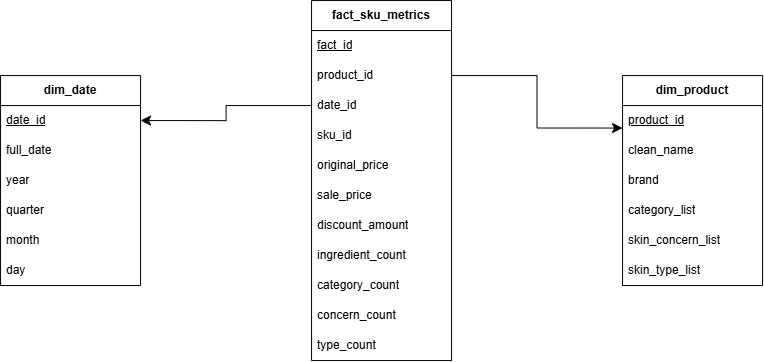
Earlier version of the draw.io export Data Warehouse/design/Star Schema.png (aucloire/OliveYoung-ETL-Seleksi-Lab-Basdat-2026). Source tidied: cells renumbered, new cells last; positions are measured from the earlier drawing's top-left corner, leaving out a move shared by most shapes. Its diagram source:
```xml
<mxGraphModel>
  <root>
    <mxCell id="0" />
    <mxCell id="1" parent="0" />
    <mxCell id="2" value="&lt;b&gt;dim_date&lt;/b&gt;" style="swimlane;fontStyle=0;horizontal=1;startSize=30;whiteSpace=wrap;html=1;" parent="1" vertex="1">
      <mxGeometry y="75" width="140" height="210" as="geometry" />
    </mxCell>
    <mxCell id="3" value="&lt;u&gt;date_id&lt;/u&gt;" style="text;strokeColor=none;fillColor=none;align=left;verticalAlign=middle;spacingLeft=4;spacingRight=4;overflow=hidden;points=[[0,0.5],[1,0.5]];portConstraint=eastwest;whiteSpace=wrap;html=1;" parent="2" vertex="1">
      <mxGeometry y="30" width="140" height="30" as="geometry" />
    </mxCell>
    <mxCell id="4" value="full_date" style="text;strokeColor=none;fillColor=none;align=left;verticalAlign=middle;spacingLeft=4;spacingRight=4;overflow=hidden;whiteSpace=wrap;html=1;" parent="2" vertex="1">
      <mxGeometry y="60" width="140" height="30" as="geometry" />
    </mxCell>
    <mxCell id="5" value="year" style="text;strokeColor=none;fillColor=none;align=left;verticalAlign=middle;spacingLeft=4;spacingRight=4;overflow=hidden;points=[[0,0.5],[1,0.5]];portConstraint=eastwest;whiteSpace=wrap;html=1;" parent="2" vertex="1">
      <mxGeometry y="90" width="140" height="30" as="geometry" />
    </mxCell>
    <mxCell id="6" value="quarter" style="text;strokeColor=none;fillColor=none;align=left;verticalAlign=middle;spacingLeft=4;spacingRight=4;overflow=hidden;whiteSpace=wrap;html=1;" parent="2" vertex="1">
      <mxGeometry y="120" width="140" height="30" as="geometry" />
    </mxCell>
    <mxCell id="7" value="month" style="text;strokeColor=none;fillColor=none;align=left;verticalAlign=middle;spacingLeft=4;spacingRight=4;overflow=hidden;whiteSpace=wrap;html=1;" parent="2" vertex="1">
      <mxGeometry y="150" width="140" height="30" as="geometry" />
    </mxCell>
    <mxCell id="8" value="day" style="text;strokeColor=none;fillColor=none;align=left;verticalAlign=middle;spacingLeft=4;spacingRight=4;overflow=hidden;whiteSpace=wrap;html=1;" parent="2" vertex="1">
      <mxGeometry y="180" width="140" height="30" as="geometry" />
    </mxCell>
    <mxCell id="9" value="&lt;b&gt;fact_sku_metrics&lt;/b&gt;" style="swimlane;fontStyle=0;horizontal=1;startSize=30;whiteSpace=wrap;html=1;" parent="1" vertex="1">
      <mxGeometry x="311" width="140" height="360" as="geometry" />
    </mxCell>
    <mxCell id="10" value="&lt;u&gt;fact_id&lt;/u&gt;" style="text;strokeColor=none;fillColor=none;align=left;verticalAlign=middle;spacingLeft=4;spacingRight=4;overflow=hidden;whiteSpace=wrap;html=1;" parent="9" vertex="1">
      <mxGeometry y="30" width="140" height="30" as="geometry" />
    </mxCell>
    <mxCell id="11" value="product_id" style="text;strokeColor=none;fillColor=none;align=left;verticalAlign=middle;spacingLeft=4;spacingRight=4;overflow=hidden;points=[[0,0.5],[1,0.5]];portConstraint=eastwest;whiteSpace=wrap;html=1;fontStyle=0;" parent="9" vertex="1">
      <mxGeometry y="60" width="140" height="30" as="geometry" />
    </mxCell>
    <mxCell id="12" value="date_id" style="text;strokeColor=none;fillColor=none;align=left;verticalAlign=middle;spacingLeft=4;spacingRight=4;overflow=hidden;points=[[0,0.5],[1,0.5]];portConstraint=eastwest;whiteSpace=wrap;html=1;fontStyle=0;" parent="9" vertex="1">
      <mxGeometry y="90" width="140" height="30" as="geometry" />
    </mxCell>
    <mxCell id="13" value="sku_id" style="text;strokeColor=none;fillColor=none;align=left;verticalAlign=middle;spacingLeft=4;spacingRight=4;overflow=hidden;whiteSpace=wrap;html=1;" parent="9" vertex="1">
      <mxGeometry y="120" width="140" height="30" as="geometry" />
    </mxCell>
    <mxCell id="14" value="original_price" style="text;strokeColor=none;fillColor=none;align=left;verticalAlign=middle;spacingLeft=4;spacingRight=4;overflow=hidden;whiteSpace=wrap;html=1;" parent="9" vertex="1">
      <mxGeometry y="150" width="140" height="30" as="geometry" />
    </mxCell>
    <mxCell id="15" value="sale_price" style="text;strokeColor=none;fillColor=none;align=left;verticalAlign=middle;spacingLeft=4;spacingRight=4;overflow=hidden;whiteSpace=wrap;html=1;" parent="9" vertex="1">
      <mxGeometry y="180" width="140" height="30" as="geometry" />
    </mxCell>
    <mxCell id="16" value="discount_amount" style="text;strokeColor=none;fillColor=none;align=left;verticalAlign=middle;spacingLeft=4;spacingRight=4;overflow=hidden;whiteSpace=wrap;html=1;" parent="9" vertex="1">
      <mxGeometry y="210" width="140" height="30" as="geometry" />
    </mxCell>
    <mxCell id="17" value="ingredient_count" style="text;strokeColor=none;fillColor=none;align=left;verticalAlign=middle;spacingLeft=4;spacingRight=4;overflow=hidden;whiteSpace=wrap;html=1;" parent="9" vertex="1">
      <mxGeometry y="240" width="140" height="30" as="geometry" />
    </mxCell>
    <mxCell id="18" value="category_count" style="text;strokeColor=none;fillColor=none;align=left;verticalAlign=middle;spacingLeft=4;spacingRight=4;overflow=hidden;whiteSpace=wrap;html=1;" parent="9" vertex="1">
      <mxGeometry y="270" width="140" height="30" as="geometry" />
    </mxCell>
    <mxCell id="19" value="concern_count" style="text;strokeColor=none;fillColor=none;align=left;verticalAlign=middle;spacingLeft=4;spacingRight=4;overflow=hidden;whiteSpace=wrap;html=1;" parent="9" vertex="1">
      <mxGeometry y="300" width="140" height="30" as="geometry" />
    </mxCell>
    <mxCell id="20" value="type_count" style="text;strokeColor=none;fillColor=none;align=left;verticalAlign=middle;spacingLeft=4;spacingRight=4;overflow=hidden;whiteSpace=wrap;html=1;" parent="9" vertex="1">
      <mxGeometry y="330" width="140" height="30" as="geometry" />
    </mxCell>
    <mxCell id="21" value="&lt;b&gt;dim_product&lt;/b&gt;" style="swimlane;fontStyle=0;horizontal=1;startSize=30;whiteSpace=wrap;html=1;" parent="1" vertex="1">
      <mxGeometry x="622" y="75" width="140" height="210" as="geometry" />
    </mxCell>
    <mxCell id="22" value="&lt;u&gt;product_id&lt;/u&gt;" style="text;strokeColor=none;fillColor=none;align=left;verticalAlign=middle;spacingLeft=4;spacingRight=4;overflow=hidden;whiteSpace=wrap;html=1;" parent="21" vertex="1">
      <mxGeometry y="30" width="140" height="30" as="geometry" />
    </mxCell>
    <mxCell id="23" value="clean_name" style="text;strokeColor=none;fillColor=none;align=left;verticalAlign=middle;spacingLeft=4;spacingRight=4;overflow=hidden;whiteSpace=wrap;html=1;" parent="21" vertex="1">
      <mxGeometry y="60" width="140" height="30" as="geometry" />
    </mxCell>
    <mxCell id="24" value="brand" style="text;strokeColor=none;fillColor=none;align=left;verticalAlign=middle;spacingLeft=4;spacingRight=4;overflow=hidden;whiteSpace=wrap;html=1;" parent="21" vertex="1">
      <mxGeometry y="90" width="140" height="30" as="geometry" />
    </mxCell>
    <mxCell id="25" value="category_list" style="text;strokeColor=none;fillColor=none;align=left;verticalAlign=middle;spacingLeft=4;spacingRight=4;overflow=hidden;whiteSpace=wrap;html=1;" parent="21" vertex="1">
      <mxGeometry y="120" width="140" height="30" as="geometry" />
    </mxCell>
    <mxCell id="26" value="skin_concern_list" style="text;strokeColor=none;fillColor=none;align=left;verticalAlign=middle;spacingLeft=4;spacingRight=4;overflow=hidden;whiteSpace=wrap;html=1;" parent="21" vertex="1">
      <mxGeometry y="150" width="140" height="30" as="geometry" />
    </mxCell>
    <mxCell id="27" value="skin_type_list" style="text;strokeColor=none;fillColor=none;align=left;verticalAlign=middle;spacingLeft=4;spacingRight=4;overflow=hidden;whiteSpace=wrap;html=1;" parent="21" vertex="1">
      <mxGeometry y="180" width="140" height="30" as="geometry" />
    </mxCell>
    <mxCell id="28" style="edgeStyle=orthogonalEdgeStyle;rounded=0;jettySize=auto;html=1;entryX=1;entryY=0.5;entryDx=0;entryDy=0;fontSize=12;startSize=8;endSize=8;" parent="1" edge="1" source="12" target="3">
      <mxGeometry relative="1" as="geometry" />
    </mxCell>
    <mxCell id="29" style="edgeStyle=orthogonalEdgeStyle;rounded=0;jettySize=auto;html=1;entryX=0;entryY=0.25;entryDx=0;entryDy=0;fontSize=12;startSize=8;endSize=8;" parent="1" edge="1" source="11" target="21">
      <mxGeometry relative="1" as="geometry" />
    </mxCell>
  </root>
</mxGraphModel>
```
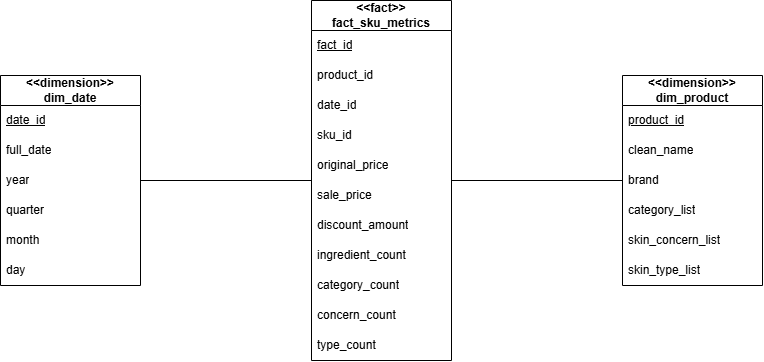
After the commit.

Commit message:
fix: erd & star schema dwh

What changed in the source:
```diff
@@ -2,7 +2,7 @@
   <root>
     <mxCell id="0" />
     <mxCell id="1" parent="0" />
-    <mxCell id="2" value="&lt;b&gt;dim_date&lt;/b&gt;" style="swimlane;fontStyle=0;horizontal=1;startSize=30;whiteSpace=wrap;html=1;" parent="1" vertex="1">
+    <mxCell id="2" value="&lt;div&gt;&lt;span&gt;&amp;lt;&amp;lt;dimension&amp;gt;&amp;gt;&lt;/span&gt;&lt;/div&gt;&lt;span&gt;&lt;/span&gt;&lt;span&gt;&lt;div&gt;&lt;span style=&quot;background-color: transparent; color: light-dark(rgb(0, 0, 0), rgb(255, 255, 255));&quot;&gt;dim_date&lt;/span&gt;&lt;/div&gt;&lt;/span&gt;" style="swimlane;fontStyle=1;horizontal=1;startSize=30;whiteSpace=wrap;html=1;" parent="1" vertex="1">
       <mxGeometry y="75" width="140" height="210" as="geometry" />
     </mxCell>
     <mxCell id="3" value="&lt;u&gt;date_id&lt;/u&gt;" style="text;strokeColor=none;fillColor=none;align=left;verticalAlign=middle;spacingLeft=4;spacingRight=4;overflow=hidden;points=[[0,0.5],[1,0.5]];portConstraint=eastwest;whiteSpace=wrap;html=1;" parent="2" vertex="1">
@@ -23,7 +23,10 @@
     <mxCell id="8" value="day" style="text;strokeColor=none;fillColor=none;align=left;verticalAlign=middle;spacingLeft=4;spacingRight=4;overflow=hidden;whiteSpace=wrap;html=1;" parent="2" vertex="1">
       <mxGeometry y="180" width="140" height="30" as="geometry" />
     </mxCell>
+    <mxCell id="30" style="edgeStyle=none;curved=1;rounded=0;jettySize=auto;html=1;entryX=0;entryY=0.5;entryDx=0;entryDy=0;fontSize=12;startSize=8;endSize=8;endArrow=none;endFill=0;" parent="1" edge="1" source="9" target="21">
+      <mxGeometry relative="1" as="geometry" />
+    </mxCell>
-    <mxCell id="9" value="&lt;b&gt;fact_sku_metrics&lt;/b&gt;" style="swimlane;fontStyle=0;horizontal=1;startSize=30;whiteSpace=wrap;html=1;" parent="1" vertex="1">
+    <mxCell id="9" value="&lt;div&gt;&lt;b&gt;&amp;lt;&amp;lt;fact&amp;gt;&amp;gt;&lt;/b&gt;&lt;/div&gt;&lt;b&gt;&lt;/b&gt;&lt;b&gt;fact_sku_metrics&lt;/b&gt;" style="swimlane;fontStyle=0;horizontal=1;startSize=30;whiteSpace=wrap;html=1;" parent="1" vertex="1">
       <mxGeometry x="311" width="140" height="360" as="geometry" />
     </mxCell>
     <mxCell id="10" value="&lt;u&gt;fact_id&lt;/u&gt;" style="text;strokeColor=none;fillColor=none;align=left;verticalAlign=middle;spacingLeft=4;spacingRight=4;overflow=hidden;whiteSpace=wrap;html=1;" parent="9" vertex="1">
@@ -59,7 +62,7 @@
     <mxCell id="20" value="type_count" style="text;strokeColor=none;fillColor=none;align=left;verticalAlign=middle;spacingLeft=4;spacingRight=4;overflow=hidden;whiteSpace=wrap;html=1;" parent="9" vertex="1">
       <mxGeometry y="330" width="140" height="30" as="geometry" />
     </mxCell>
-    <mxCell id="21" value="&lt;b&gt;dim_product&lt;/b&gt;" style="swimlane;fontStyle=0;horizontal=1;startSize=30;whiteSpace=wrap;html=1;" parent="1" vertex="1">
+    <mxCell id="21" value="&lt;div&gt;&lt;b&gt;&amp;lt;&amp;lt;dimension&amp;gt;&amp;gt;&lt;/b&gt;&lt;/div&gt;&lt;b&gt;&lt;/b&gt;&lt;b&gt;dim_product&lt;/b&gt;" style="swimlane;fontStyle=0;horizontal=1;startSize=30;whiteSpace=wrap;html=1;" parent="1" vertex="1">
       <mxGeometry x="622" y="75" width="140" height="210" as="geometry" />
     </mxCell>
     <mxCell id="22" value="&lt;u&gt;product_id&lt;/u&gt;" style="text;strokeColor=none;fillColor=none;align=left;verticalAlign=middle;spacingLeft=4;spacingRight=4;overflow=hidden;whiteSpace=wrap;html=1;" parent="21" vertex="1">
@@ -80,11 +83,8 @@
     <mxCell id="27" value="skin_type_list" style="text;strokeColor=none;fillColor=none;align=left;verticalAlign=middle;spacingLeft=4;spacingRight=4;overflow=hidden;whiteSpace=wrap;html=1;" parent="21" vertex="1">
       <mxGeometry y="180" width="140" height="30" as="geometry" />
     </mxCell>
-    <mxCell id="28" style="edgeStyle=orthogonalEdgeStyle;rounded=0;jettySize=auto;html=1;entryX=1;entryY=0.5;entryDx=0;entryDy=0;fontSize=12;startSize=8;endSize=8;" parent="1" edge="1" source="12" target="3">
-      <mxGeometry relative="1" as="geometry" />
-    </mxCell>
-    <mxCell id="29" style="edgeStyle=orthogonalEdgeStyle;rounded=0;jettySize=auto;html=1;entryX=0;entryY=0.25;entryDx=0;entryDy=0;fontSize=12;startSize=8;endSize=8;" parent="1" edge="1" source="11" target="21">
-      <mxGeometry relative="1" as="geometry" />
-    </mxCell>
+    <mxCell id="31" style="edgeStyle=none;curved=1;rounded=0;jettySize=auto;html=1;entryX=0;entryY=0.5;entryDx=0;entryDy=0;fontSize=12;startSize=8;endSize=8;endArrow=none;endFill=0;" parent="1" edge="1" source="5" target="9">
+      <mxGeometry relative="1" as="geometry" />
+    </mxCell>
   </root>
 </mxGraphModel>
```
